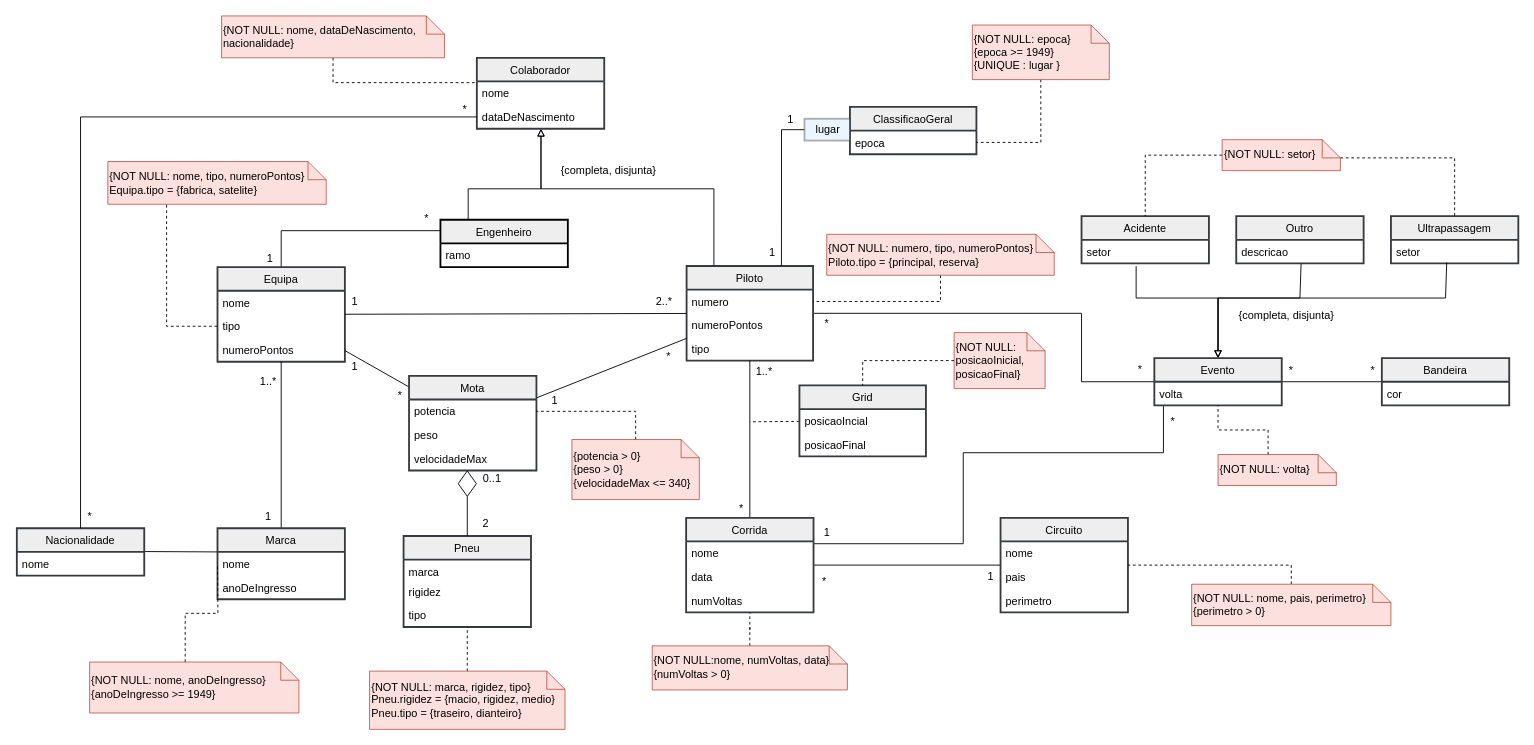
Earlier version of the draw.io diagram MotoGP-UML-Module.drawio (alexandreggc/BD_MotoGP_Project). Source tidied: cells renumbered, new cells numbered last; positions are measured from the earlier drawing's top-left corner, leaving out a move shared by most shapes. Both pictures are drawn from the tidied source at 91%, with x=0, y=0 at pixel (16, 15).
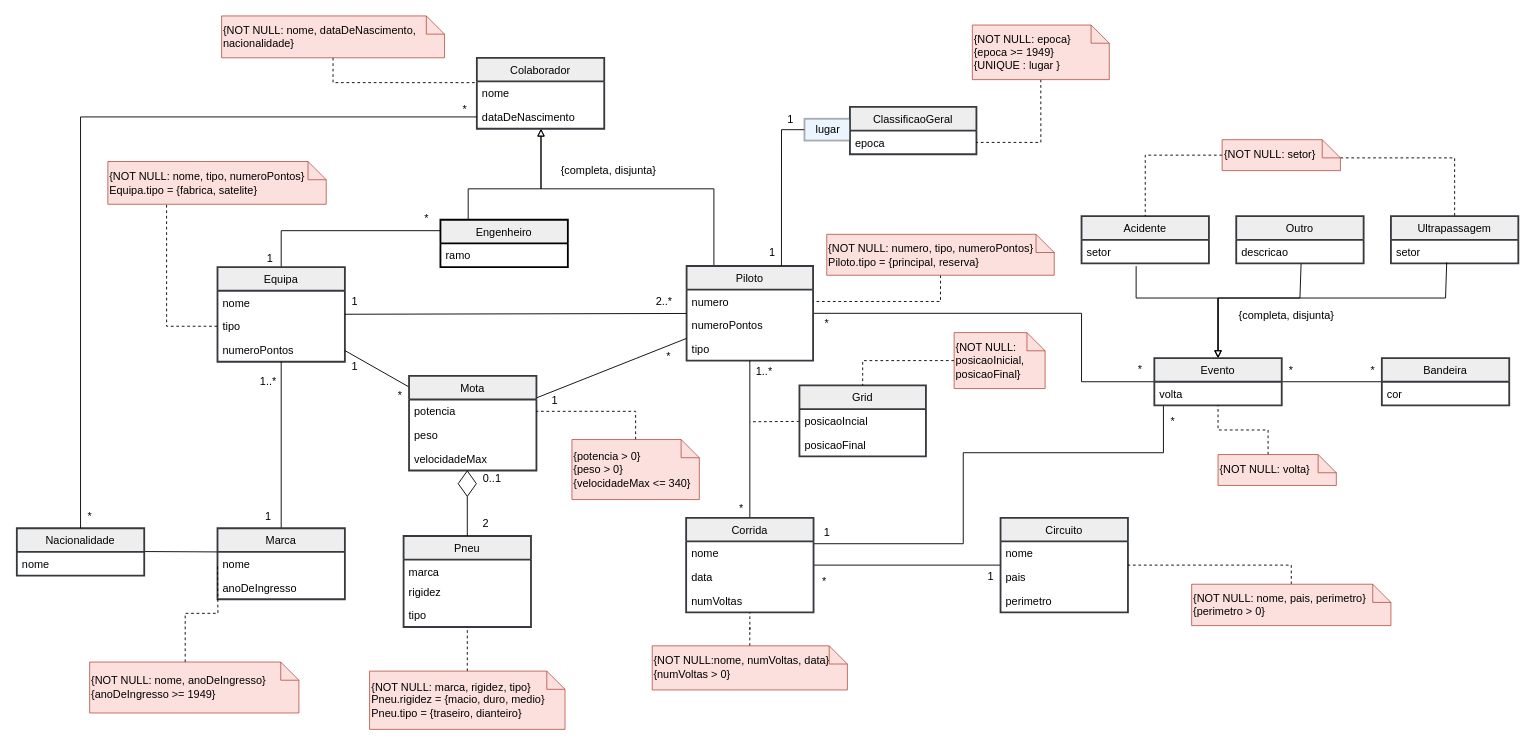
Above is the later version.

Commit message:
Correcao da rigidez

The edit, as a diff of the source:
```diff
@@
-    <mxCell id="95" value="&lt;div&gt;{NOT NULL: marca, rigidez, tipo}&lt;/div&gt;&lt;div&gt;Pneu.rigidez = {macio, rigidez, medio}&lt;/div&gt;&lt;div&gt;Pneu.tipo = {traseiro, dianteiro}&lt;/div&gt;" style="shape=note;size=20;whiteSpace=wrap;html=1;align=left;strokeColor=#ae4132;fillColor=#fad9d5;opacity=80;" parent="1" vertex="1">
+    <mxCell id="95" value="&lt;div&gt;{NOT NULL: marca, rigidez, tipo}&lt;/div&gt;&lt;div&gt;Pneu.rigidez = {macio, duro, medio}&lt;/div&gt;&lt;div&gt;Pneu.tipo = {traseiro, dianteiro}&lt;/div&gt;" style="shape=note;size=20;whiteSpace=wrap;html=1;align=left;strokeColor=#ae4132;fillColor=#fad9d5;opacity=80;" parent="1" vertex="1">
       <mxGeometry x="387.6" y="720" width="214.8" height="64" as="geometry" />
     </mxCell>
```
